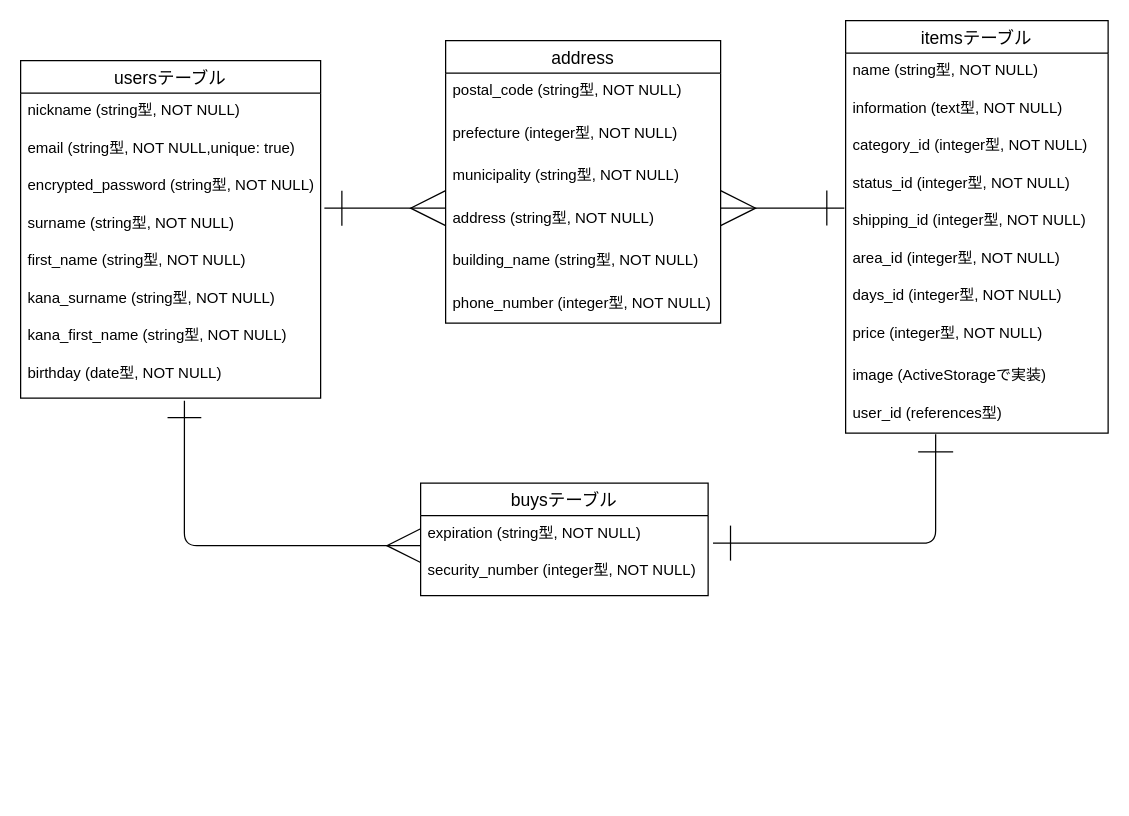
This is furima.dio from tatu0604/furima-36123, a draw.io file, before an edit. Source tidied: cells renumbered, new cells numbered last; positions are measured from the earlier drawing's top-left corner, leaving out a move shared by most shapes. Both pictures are drawn from the tidied source at 125%, with x=0, y=0 at pixel (20, 20).
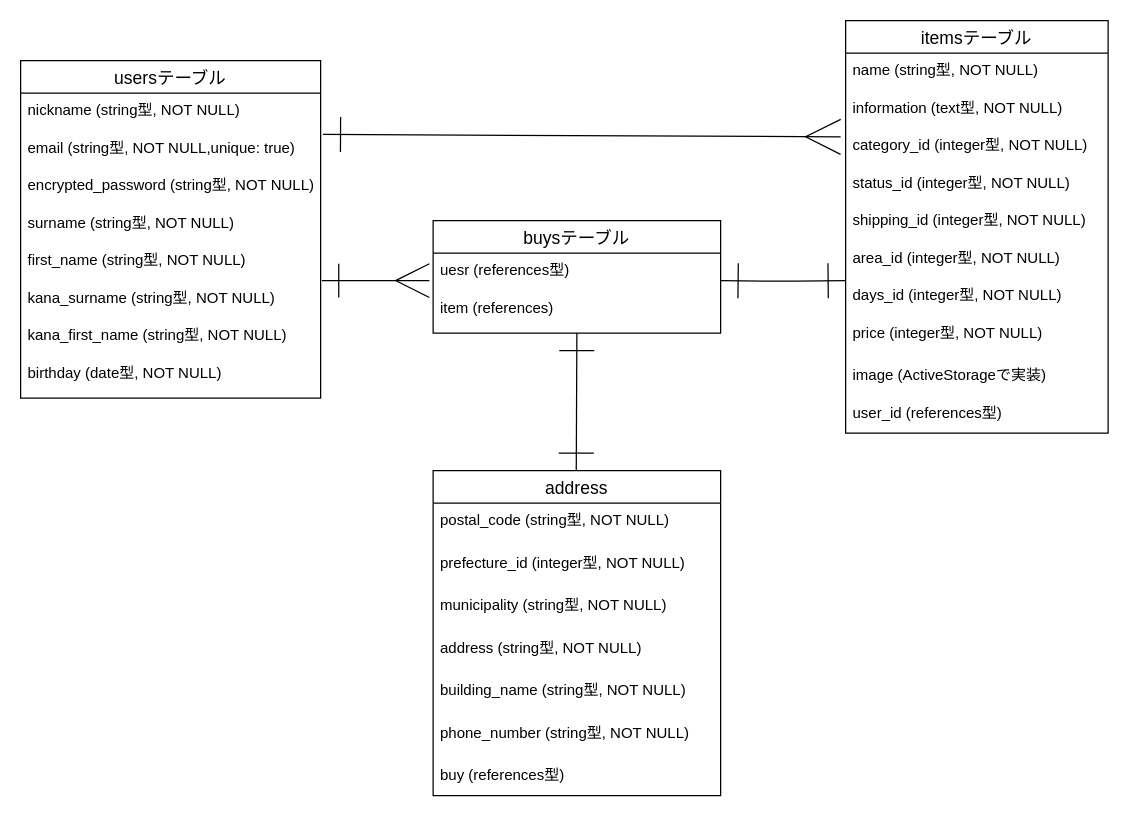
Above is the later version.

Commit message (it also covers changes not shown here):
データベース設計修正3

The change refers to these unchanged cells:
```xml
<mxCell id="4" value="email (string型, NOT NULL,unique: true)" style="text;strokeColor=none;fillColor=none;spacingLeft=4;spacingRight=4;overflow=hidden;points=[[0,0.5],[1,0.5]];portConstraint=eastwest;fontSize=12;" parent="2" vertex="1">
  <mxGeometry y="56" width="240" height="30" as="geometry" />
</mxCell>
<mxCell id="10" value="birthday (date型, NOT NULL)" style="text;strokeColor=none;fillColor=none;spacingLeft=4;spacingRight=4;overflow=hidden;points=[[0,0.5],[1,0.5]];portConstraint=eastwest;fontSize=12;" parent="2" vertex="1">
  <mxGeometry y="236" width="240" height="34" as="geometry" />
</mxCell>
<mxCell id="14" value="category_id (integer型, NOT NULL)" style="text;strokeColor=none;fillColor=none;spacingLeft=4;spacingRight=4;overflow=hidden;points=[[0,0.5],[1,0.5]];portConstraint=eastwest;fontSize=12;" parent="11" vertex="1">
  <mxGeometry y="86" width="210" height="30" as="geometry" />
</mxCell>
<mxCell id="16" value="shipping_id (integer型, NOT NULL)" style="text;strokeColor=none;fillColor=none;spacingLeft=4;spacingRight=4;overflow=hidden;points=[[0,0.5],[1,0.5]];portConstraint=eastwest;fontSize=12;" parent="11" vertex="1">
  <mxGeometry y="146" width="210" height="30" as="geometry" />
</mxCell>
<mxCell id="18" value="days_id (integer型, NOT NULL)" style="text;strokeColor=none;fillColor=none;spacingLeft=4;spacingRight=4;overflow=hidden;points=[[0,0.5],[1,0.5]];portConstraint=eastwest;fontSize=12;" parent="11" vertex="1">
  <mxGeometry y="206" width="210" height="30" as="geometry" />
</mxCell>
<mxCell id="21" value="user_id (references型)" style="text;strokeColor=none;fillColor=none;spacingLeft=4;spacingRight=4;overflow=hidden;points=[[0,0.5],[1,0.5]];portConstraint=eastwest;fontSize=12;" parent="11" vertex="1">
  <mxGeometry y="300" width="210" height="30" as="geometry" />
</mxCell>
```

The edit, as a diff of the source:
```diff
@@
     <mxCell id="22" value="buysテーブル" style="swimlane;fontStyle=0;horizontal=1;startSize=26;align=center;fontSize=14;" parent="1" vertex="1">
-      <mxGeometry x="320" y="370" width="230" height="90" as="geometry" />
+      <mxGeometry x="330" y="160" width="230" height="90" as="geometry" />
     </mxCell>
-    <mxCell id="23" value="expiration (string型, NOT NULL)" style="text;strokeColor=none;fillColor=none;spacingLeft=4;spacingRight=4;overflow=hidden;points=[[0,0.5],[1,0.5]];portConstraint=eastwest;fontSize=12;" parent="22" vertex="1">
+    <mxCell id="23" value="uesr (references型)" style="text;strokeColor=none;fillColor=none;spacingLeft=4;spacingRight=4;overflow=hidden;points=[[0,0.5],[1,0.5]];portConstraint=eastwest;fontSize=12;" parent="22" vertex="1">
       <mxGeometry y="26" width="230" height="30" as="geometry" />
     </mxCell>
-    <mxCell id="24" value="security_number (integer型, NOT NULL)" style="text;strokeColor=none;fillColor=none;spacingLeft=4;spacingRight=4;overflow=hidden;fontSize=12;" parent="22" vertex="1">
+    <mxCell id="24" value="item (references)" style="text;strokeColor=none;fillColor=none;spacingLeft=4;spacingRight=4;overflow=hidden;fontSize=12;" parent="22" vertex="1">
       <mxGeometry y="56" width="230" height="34" as="geometry" />
     </mxCell>
-    <mxCell id="25" style="fontSize=12;html=1;endArrow=ERmany;endSize=25;endFill=0;startArrow=ERone;startFill=0;startSize=25;exitX=0.546;exitY=1.059;exitDx=0;exitDy=0;exitPerimeter=0;" parent="1" edge="1" source="10">
-      <mxGeometry relative="1" as="geometry">
-        <mxPoint x="320" y="420" as="targetPoint" />
-        <Array as="points">
-          <mxPoint x="131" y="420" />
-        </Array>
-      </mxGeometry>
-    </mxCell>
     <mxCell id="26" value="address" style="swimlane;fontStyle=0;horizontal=1;startSize=26;align=center;fontSize=14;" parent="1" vertex="1">
-      <mxGeometry x="340" y="16" width="220" height="226" as="geometry" />
+      <mxGeometry x="330" y="360" width="230" height="260" as="geometry" />
     </mxCell>
     <mxCell id="27" value="postal_code (string型, NOT NULL)" style="text;strokeColor=none;fillColor=none;spacingLeft=4;spacingRight=4;overflow=hidden;fontSize=12;" parent="26" vertex="1">
-      <mxGeometry y="26" width="220" height="34" as="geometry" />
+      <mxGeometry y="26" width="230" height="34" as="geometry" />
     </mxCell>
-    <mxCell id="28" value="prefecture (integer型, NOT NULL)" style="text;strokeColor=none;fillColor=none;spacingLeft=4;spacingRight=4;overflow=hidden;fontSize=12;" parent="26" vertex="1">
-      <mxGeometry y="60" width="220" height="34" as="geometry" />
+    <mxCell id="28" value="prefecture_id (integer型, NOT NULL)" style="text;strokeColor=none;fillColor=none;spacingLeft=4;spacingRight=4;overflow=hidden;fontSize=12;" parent="26" vertex="1">
+      <mxGeometry y="60" width="230" height="34" as="geometry" />
     </mxCell>
     <mxCell id="29" value="municipality (string型, NOT NULL)" style="text;strokeColor=none;fillColor=none;spacingLeft=4;spacingRight=4;overflow=hidden;fontSize=12;" parent="26" vertex="1">
-      <mxGeometry y="94" width="220" height="34" as="geometry" />
+      <mxGeometry y="94" width="230" height="34" as="geometry" />
     </mxCell>
     <mxCell id="30" value="address (string型, NOT NULL)" style="text;strokeColor=none;fillColor=none;spacingLeft=4;spacingRight=4;overflow=hidden;fontSize=12;" parent="26" vertex="1">
-      <mxGeometry y="128" width="220" height="34" as="geometry" />
+      <mxGeometry y="128" width="230" height="34" as="geometry" />
     </mxCell>
     <mxCell id="31" value="building_name (string型, NOT NULL)" style="text;strokeColor=none;fillColor=none;spacingLeft=4;spacingRight=4;overflow=hidden;fontSize=12;" parent="26" vertex="1">
-      <mxGeometry y="162" width="220" height="34" as="geometry" />
+      <mxGeometry y="162" width="230" height="34" as="geometry" />
     </mxCell>
-    <mxCell id="32" value="phone_number (integer型, NOT NULL)" style="text;strokeColor=none;fillColor=none;spacingLeft=4;spacingRight=4;overflow=hidden;fontSize=12;" parent="26" vertex="1">
-      <mxGeometry y="196" width="220" height="30" as="geometry" />
+    <mxCell id="32" value="phone_number (string型, NOT NULL)" style="text;strokeColor=none;fillColor=none;spacingLeft=4;spacingRight=4;overflow=hidden;fontSize=12;" parent="26" vertex="1">
+      <mxGeometry y="196" width="230" height="34" as="geometry" />
     </mxCell>
+    <mxCell id="36" value="buy (references型)" style="text;strokeColor=none;fillColor=none;spacingLeft=4;spacingRight=4;overflow=hidden;fontSize=12;" parent="26" vertex="1">
+      <mxGeometry y="230" width="230" height="30" as="geometry" />
+    </mxCell>
-    <mxCell id="33" style="fontSize=12;html=1;endArrow=ERone;startArrow=ERone;startSize=26;endSize=26;startFill=0;endFill=0;edgeStyle=orthogonalEdgeStyle;exitX=1.017;exitY=0.733;exitDx=0;exitDy=0;exitPerimeter=0;entryX=0.343;entryY=1.033;entryDx=0;entryDy=0;entryPerimeter=0;" parent="1" edge="1" source="23" target="21">
-      <mxGeometry relative="1" as="geometry" />
+    <mxCell id="33" style="fontSize=12;html=1;endArrow=ERone;startArrow=ERone;startSize=26;endSize=26;startFill=0;endFill=0;edgeStyle=orthogonalEdgeStyle;entryX=0;entryY=0.067;entryDx=0;entryDy=0;entryPerimeter=0;" parent="1" edge="1" target="18">
+      <mxGeometry relative="1" as="geometry">
+        <mxPoint x="560" y="208" as="sourcePoint" />
+      </mxGeometry>
     </mxCell>
-    <mxCell id="34" style="fontSize=12;html=1;endArrow=ERmany;startSize=26;endSize=26;startArrow=ERone;startFill=0;" parent="1" edge="1">
-      <mxGeometry relative="1" as="geometry">
-        <mxPoint x="243" y="150" as="sourcePoint" />
-        <mxPoint x="340" y="150" as="targetPoint" />
-      </mxGeometry>
-    </mxCell>
-    <mxCell id="35" style="fontSize=12;html=1;endArrow=ERmany;startSize=26;endSize=26;exitX=-0.005;exitY=0.133;exitDx=0;exitDy=0;exitPerimeter=0;startArrow=ERone;startFill=0;" parent="1" edge="1" source="16">
-      <mxGeometry relative="1" as="geometry">
-        <mxPoint x="560" y="150" as="targetPoint" />
-      </mxGeometry>
-    </mxCell>
+    <mxCell id="37" style="fontSize=12;html=1;endArrow=ERmany;startSize=26;endSize=26;startArrow=ERone;startFill=0;entryX=-0.019;entryY=0.233;entryDx=0;entryDy=0;entryPerimeter=0;exitX=1.008;exitY=0.1;exitDx=0;exitDy=0;exitPerimeter=0;" parent="1" edge="1" source="4" target="14">
+      <mxGeometry relative="1" as="geometry" />
+    </mxCell>
+    <mxCell id="38" style="fontSize=12;html=1;endArrow=ERmany;endSize=25;endFill=0;startArrow=ERone;startFill=0;startSize=25;entryX=-0.013;entryY=0.733;entryDx=0;entryDy=0;entryPerimeter=0;" parent="1" edge="1" target="23">
+      <mxGeometry relative="1" as="geometry">
+        <mxPoint x="241" y="208" as="sourcePoint" />
+      </mxGeometry>
+    </mxCell>
+    <mxCell id="39" style="fontSize=12;html=1;endArrow=ERone;startArrow=ERone;startSize=26;endSize=26;endFill=0;startFill=0;" parent="1" edge="1">
+      <mxGeometry relative="1" as="geometry">
+        <mxPoint x="444.5" y="360" as="sourcePoint" />
+        <mxPoint x="445" y="250" as="targetPoint" />
+      </mxGeometry>
+    </mxCell>
```
